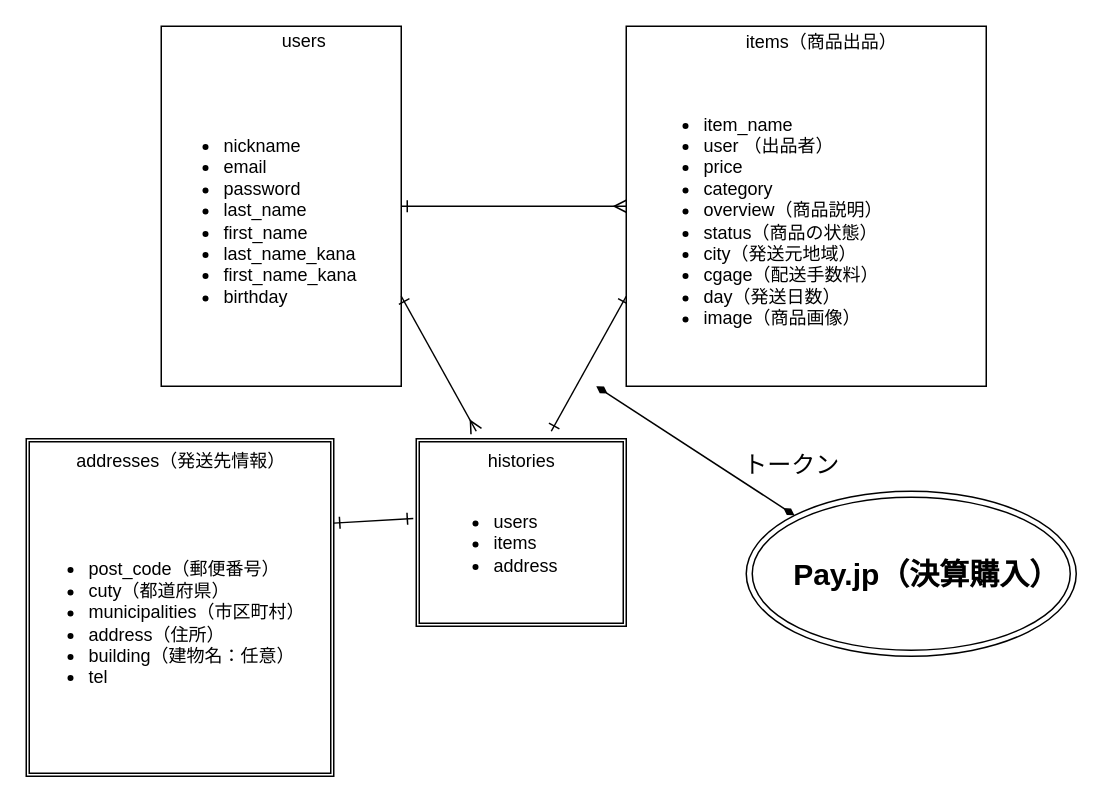
This is furima_ER.dio from MotoSaku/furima-36662, a draw.io file, before an edit. Source tidied: cells renumbered, new cells numbered last; positions are measured from the earlier drawing's top-left corner, leaving out a move shared by most shapes. Both pictures are drawn from the tidied source at 150%, with x=0, y=0 at pixel (26, 26).
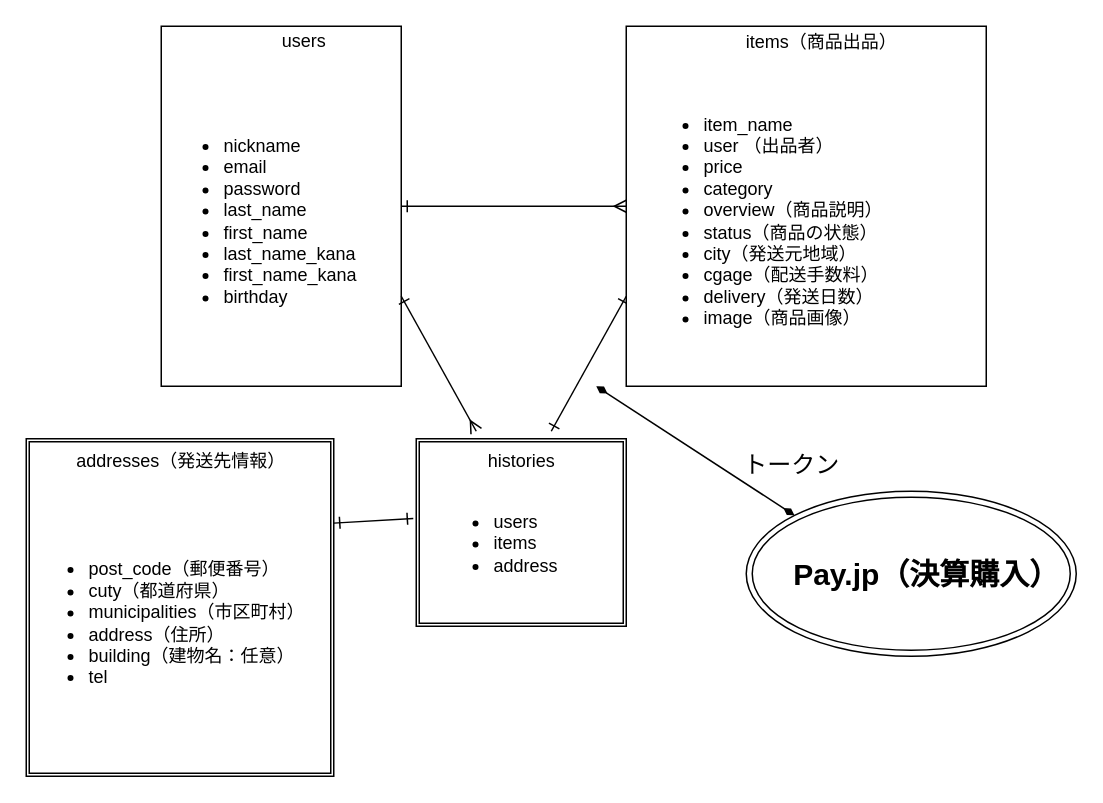
The same page after the edit.

Commit message (it also covers changes not shown here):
DB設計の修正

Diff of the diagram source:
```diff
@@
-    <mxCell id="8" value="&lt;ul&gt;&lt;li&gt;item_name&lt;/li&gt;&lt;li&gt;user （出品者）&lt;/li&gt;&lt;li&gt;price&lt;/li&gt;&lt;li&gt;category&lt;/li&gt;&lt;li&gt;overview（商品説明）&lt;/li&gt;&lt;li&gt;status（商品の状態）&lt;/li&gt;&lt;li&gt;city（発送元地域）&lt;/li&gt;&lt;li&gt;cgage（配送手数料）&lt;/li&gt;&lt;li&gt;day（発送日数）&lt;/li&gt;&lt;li&gt;image（商品画像）&lt;/li&gt;&lt;/ul&gt;" style="text;strokeColor=none;fillColor=none;html=1;whiteSpace=wrap;verticalAlign=middle;overflow=hidden;" parent="1" vertex="1">
+    <mxCell id="8" value="&lt;ul&gt;&lt;li&gt;item_name&lt;/li&gt;&lt;li&gt;user （出品者）&lt;/li&gt;&lt;li&gt;price&lt;/li&gt;&lt;li&gt;category&lt;/li&gt;&lt;li&gt;overview（商品説明）&lt;/li&gt;&lt;li&gt;status（商品の状態）&lt;/li&gt;&lt;li&gt;city（発送元地域）&lt;/li&gt;&lt;li&gt;cgage（配送手数料）&lt;/li&gt;&lt;li&gt;delivery（発送日数）&lt;/li&gt;&lt;li&gt;image（商品画像）&lt;/li&gt;&lt;/ul&gt;" style="text;strokeColor=none;fillColor=none;html=1;whiteSpace=wrap;verticalAlign=middle;overflow=hidden;" parent="1" vertex="1">
       <mxGeometry x="410" y="20" width="220" height="220" as="geometry" />
     </mxCell>
```
